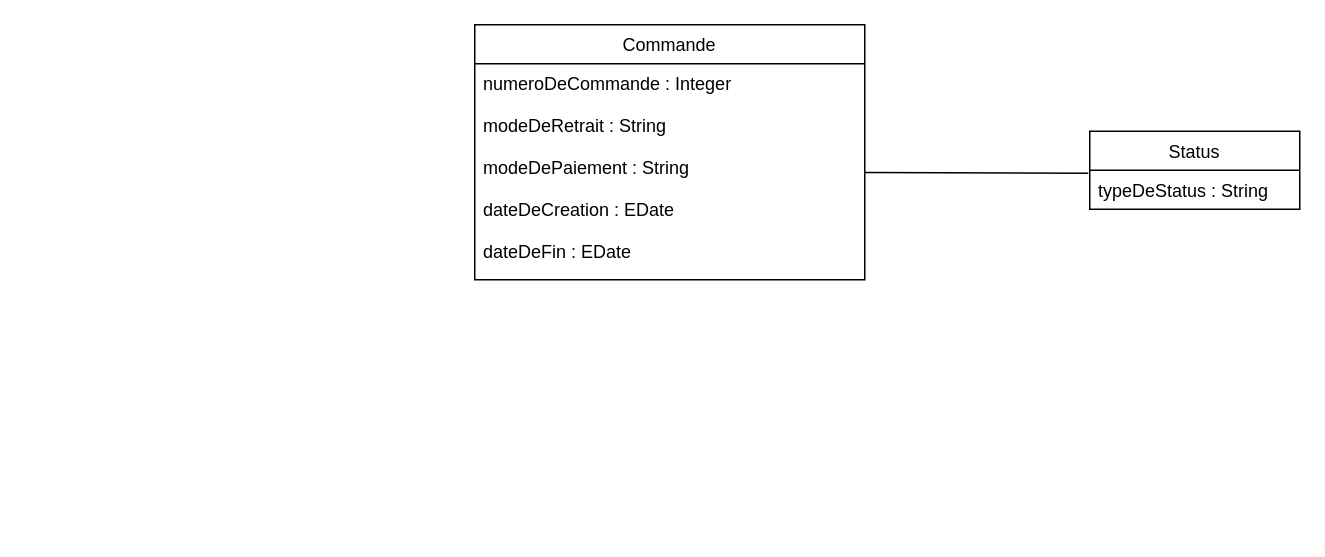
The draw.io diagram Untitled Diagram TACHE 5.drawio in vinsbld/StechOcPizz, before the edit. Source tidied: cells renumbered, new cells numbered last; positions are measured from the earlier drawing's top-left corner, leaving out a move shared by most shapes. Both pictures are drawn from the tidied source at 150%, with x=0, y=0 at pixel (474, 24).
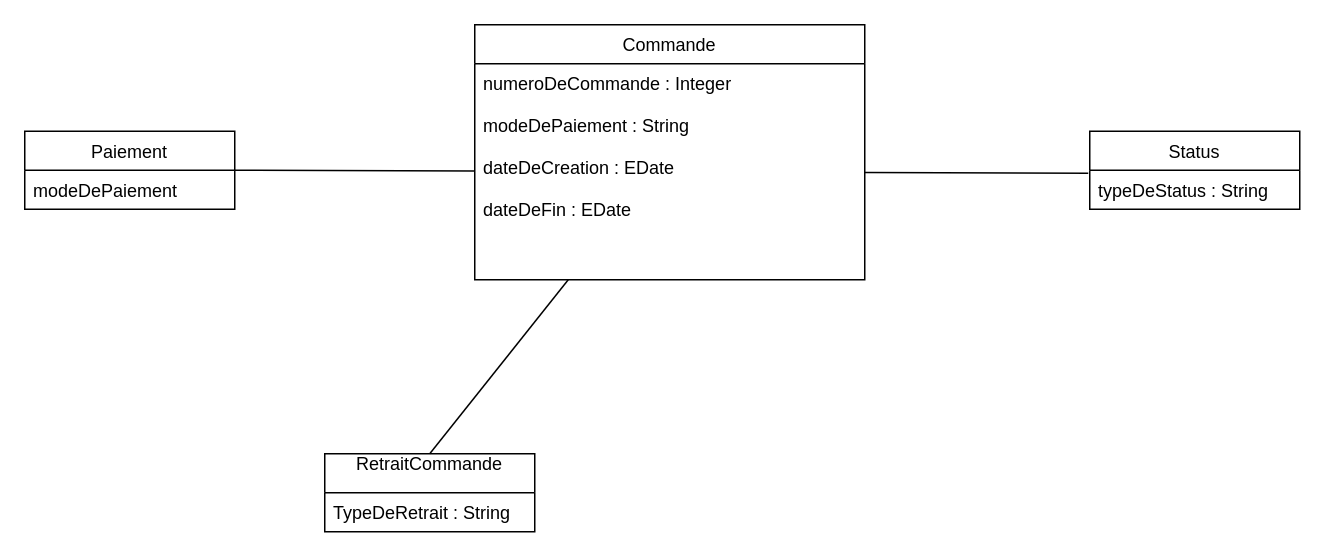
After the change.

What changed in the source:
```diff
@@
 <mxGraphModel>
   <root>
     <mxCell id="0" />
     <mxCell id="1" parent="0" />
+    <mxCell id="7" style="edgeStyle=none;rounded=0;jettySize=auto;html=1;entryX=0.5;entryY=0;entryDx=0;entryDy=0;endArrow=none;endFill=0;" parent="1" edge="1" source="2" target="8">
+      <mxGeometry relative="1" as="geometry" />
+    </mxCell>
     <mxCell id="2" value="Commande" style="swimlane;fontStyle=0;horizontal=1;startSize=26;fillColor=none;" parent="1" vertex="1">
       <mxGeometry width="260" height="170" as="geometry" />
     </mxCell>
-    <mxCell id="3" value="numeroDeCommande : Integer&#10;&#10;modeDeRetrait : String&#10;&#10;modeDePaiement : String&#10;&#10;dateDeCreation : EDate&#10;&#10;dateDeFin : EDate&#10;&#10;" style="text;strokeColor=none;fillColor=none;align=left;verticalAlign=top;spacingLeft=4;spacingRight=4;overflow=hidden;points=[[0,0.5],[1,0.5]];portConstraint=eastwest;" parent="2" vertex="1">
+    <mxCell id="3" value="numeroDeCommande : Integer&#10;&#10;modeDePaiement : String&#10;&#10;dateDeCreation : EDate&#10;&#10;dateDeFin : EDate&#10;&#10;" style="text;strokeColor=none;fillColor=none;align=left;verticalAlign=top;spacingLeft=4;spacingRight=4;overflow=hidden;points=[[0,0.5],[1,0.5]];portConstraint=eastwest;" parent="2" vertex="1">
       <mxGeometry y="26" width="260" height="144" as="geometry" />
     </mxCell>
     <mxCell id="4" value="Status" style="swimlane;fontStyle=0;horizontal=1;startSize=26;fillColor=none;" parent="1" vertex="1">
       <mxGeometry x="410" y="71" width="140" height="52" as="geometry" />
     </mxCell>
     <mxCell id="5" value="typeDeStatus : String&#10;" style="text;strokeColor=none;fillColor=none;align=left;verticalAlign=top;spacingLeft=4;spacingRight=4;overflow=hidden;points=[[0,0.5],[1,0.5]];portConstraint=eastwest;" parent="4" vertex="1">
       <mxGeometry y="26" width="140" height="26" as="geometry" />
     </mxCell>
     <mxCell id="6" style="rounded=0;jettySize=auto;html=1;entryX=-0.007;entryY=0.077;entryDx=0;entryDy=0;entryPerimeter=0;endArrow=none;endFill=0;" parent="1" edge="1" source="3" target="5">
       <mxGeometry relative="1" as="geometry" />
     </mxCell>
+    <mxCell id="8" value="RetraitCommande&#10;" style="swimlane;fontStyle=0;horizontal=1;startSize=26;fillColor=none;" parent="1" vertex="1">
+      <mxGeometry x="-100" y="286" width="140" height="52" as="geometry" />
+    </mxCell>
+    <mxCell id="9" value="TypeDeRetrait : String" style="text;strokeColor=none;fillColor=none;align=left;verticalAlign=top;spacingLeft=4;spacingRight=4;overflow=hidden;" parent="8" vertex="1">
+      <mxGeometry y="26" width="140" height="26" as="geometry" />
+    </mxCell>
+    <mxCell id="10" value="Paiement" style="swimlane;fontStyle=0;horizontal=1;startSize=26;fillColor=none;" parent="1" vertex="1">
+      <mxGeometry x="-300" y="71" width="140" height="52" as="geometry" />
+    </mxCell>
+    <mxCell id="11" value="modeDePaiement" style="text;strokeColor=none;fillColor=none;align=left;verticalAlign=top;spacingLeft=4;spacingRight=4;overflow=hidden;" parent="10" vertex="1">
+      <mxGeometry y="26" width="140" height="26" as="geometry" />
+    </mxCell>
+    <mxCell id="12" style="edgeStyle=none;rounded=0;jettySize=auto;html=1;entryX=1;entryY=0.5;entryDx=0;entryDy=0;endArrow=none;endFill=0;" parent="1" edge="1" source="3" target="10">
+      <mxGeometry relative="1" as="geometry" />
+    </mxCell>
   </root>
 </mxGraphModel>
```
